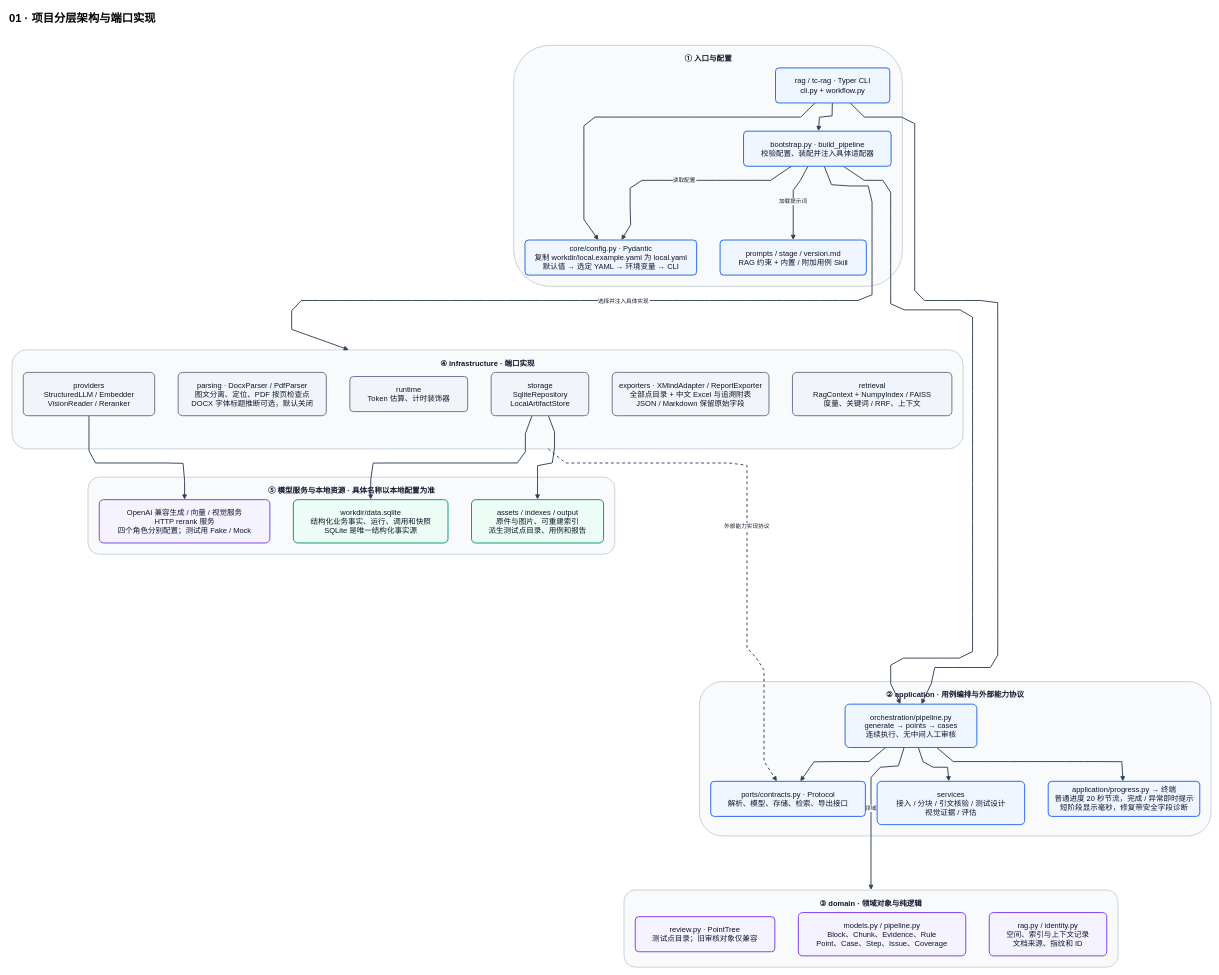
Earlier version of the draw.io diagram page "01 · 项目分层架构与端口实现" (1 of 5) of docs/diagrams/tc_rag_architecture_atlas.drawio (mzyu05413-sys/tc_rag). Source tidied: cells renumbered, new cells numbered last; positions are measured from the earlier drawing's top-left corner, leaving out a move shared by most shapes. Both pictures are drawn from the tidied source at 47%, with x=0, y=0 at pixel (8, 8).
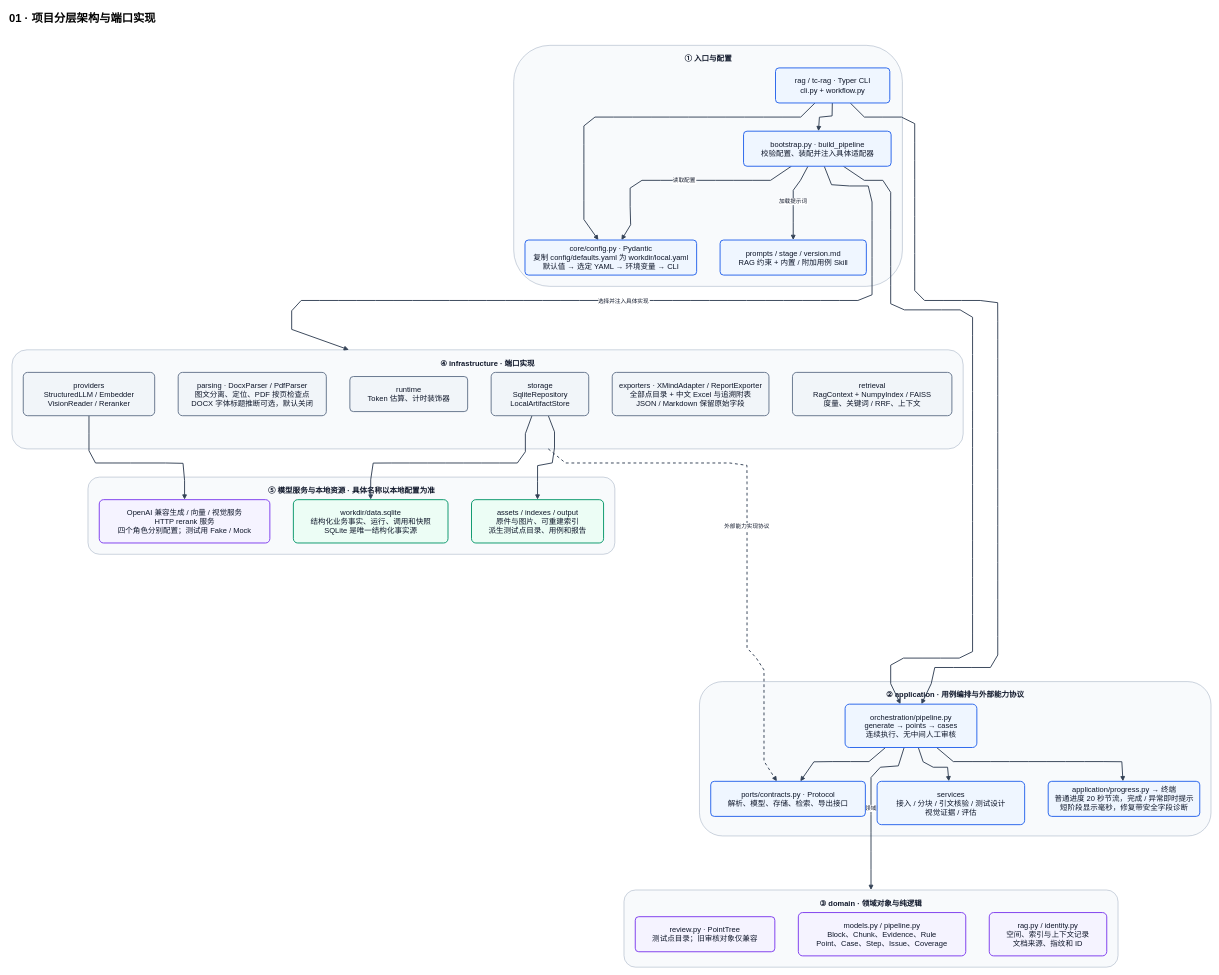
Above is the later version.

What changed in the source:
```diff
@@
-    <mxCell id="24" value="core/config.py · Pydantic&#10;复制 workdir/local.example.yaml 为 local.yaml&#10;默认值 → 选定 YAML → 环境变量 → CLI" style="whiteSpace=wrap;fontColor=#0F172A;fontSize=16;strokeWidth=2;spacing=12;rounded=1;arcSize=10;fillColor=#eff6ff;strokeColor=#2563eb;" parent="1" vertex="1">
+    <mxCell id="24" value="core/config.py · Pydantic&#10;复制 config/defaults.yaml 为 workdir/local.yaml&#10;默认值 → 选定 YAML → 环境变量 → CLI" style="whiteSpace=wrap;fontColor=#0F172A;fontSize=16;strokeWidth=2;spacing=12;rounded=1;arcSize=10;fillColor=#eff6ff;strokeColor=#2563eb;" parent="1" vertex="1">
       <mxGeometry x="1099.5" y="493.2" width="365.2" height="74.6" as="geometry" />
     </mxCell>
```
